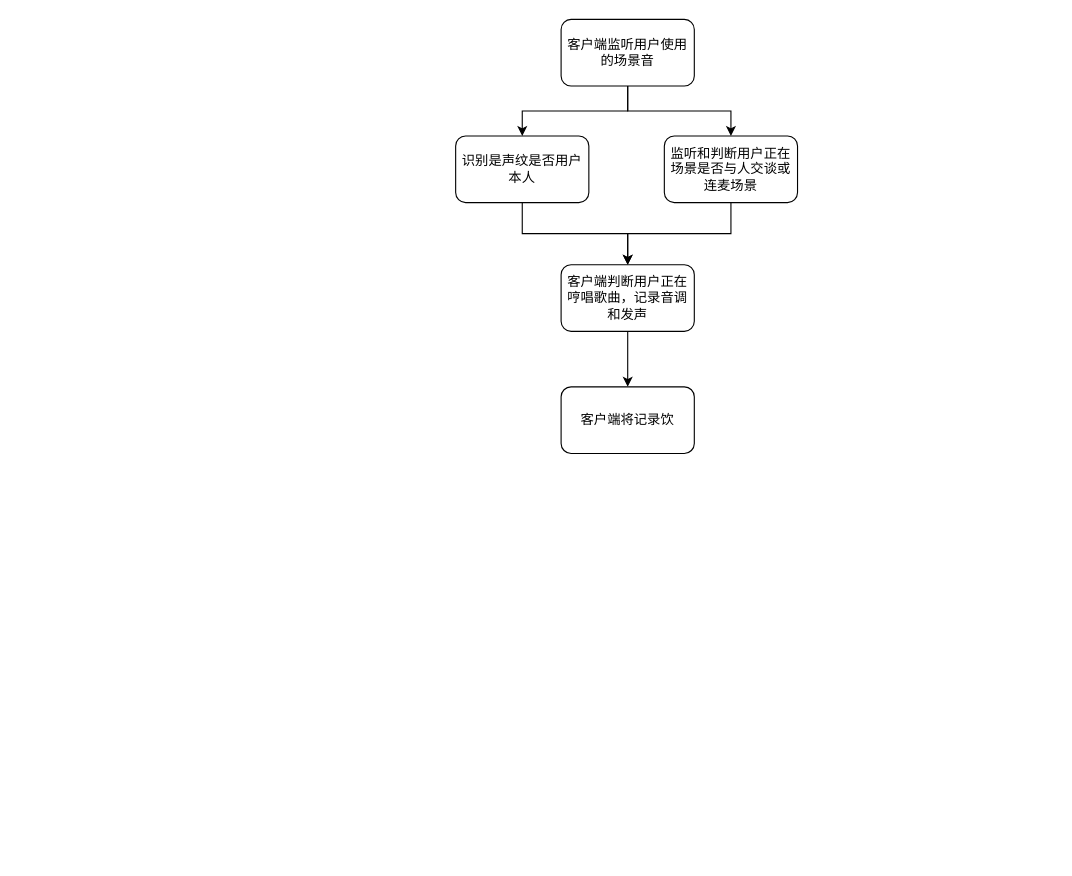
Earlier version of the draw.io diagram page "Page-1" (1 of 2) of 哼唱匹配.drawio (cangwang/news). Source tidied: cells renumbered, new cells numbered last; positions are measured from the earlier drawing's top-left corner, leaving out a move shared by most shapes. Both pictures are drawn from the tidied source at 111%, with x=0, y=0 at pixel (455, 19).
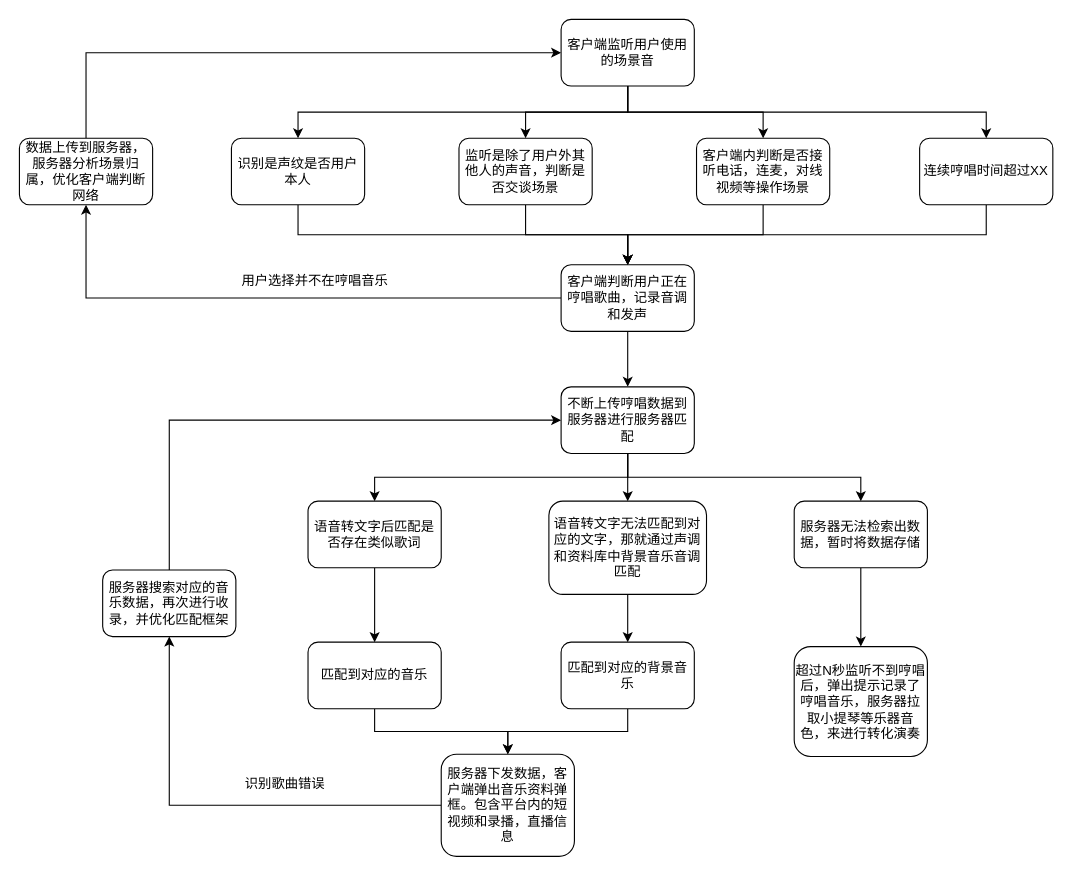
The same diagram, later.

Unchanged cells that the change refers to:
```xml
<mxCell id="4" value="客户端监听用户使用的场景音" style="rounded=1;whiteSpace=wrap;html=1;" parent="1" vertex="1">
  <mxGeometry x="95" width="120" height="60" as="geometry" />
</mxCell>
<mxCell id="10" value="客户端判断用户正在哼唱歌曲，记录音调和发声" style="rounded=1;whiteSpace=wrap;html=1;" parent="1" vertex="1">
  <mxGeometry x="95" y="221" width="120" height="60" as="geometry" />
</mxCell>
```

Change to the diagram source:
```diff
@@
+    <mxCell id="12" style="edgeStyle=orthogonalEdgeStyle;rounded=0;jettySize=auto;html=1;exitX=0.5;exitY=1;exitDx=0;exitDy=0;" parent="1" edge="1" source="4" target="19">
+      <mxGeometry relative="1" as="geometry" />
+    </mxCell>
+    <mxCell id="13" style="edgeStyle=orthogonalEdgeStyle;rounded=0;jettySize=auto;html=1;exitX=0.5;exitY=1;exitDx=0;exitDy=0;" parent="1" edge="1" source="4" target="21">
+      <mxGeometry relative="1" as="geometry" />
+    </mxCell>
@@
-    <mxCell id="6" value="监听和判断用户正在场景是否与人交谈或连麦场景" style="rounded=1;whiteSpace=wrap;html=1;" parent="1" vertex="1">
-      <mxGeometry x="188" y="105" width="120" height="60" as="geometry" />
+    <mxCell id="6" value="监听是除了用户外其他人的声音，判断是否交谈场景" style="rounded=1;whiteSpace=wrap;html=1;" parent="1" vertex="1">
+      <mxGeometry x="3" y="107" width="120" height="60" as="geometry" />
     </mxCell>
@@
     <mxCell id="8" value="识别是声纹是否用户本人" style="rounded=1;whiteSpace=wrap;html=1;" parent="1" vertex="1">
-      <mxGeometry y="105" width="120" height="60" as="geometry" />
+      <mxGeometry x="-202" y="107" width="120" height="60" as="geometry" />
     </mxCell>
@@
+    <mxCell id="14" style="edgeStyle=orthogonalEdgeStyle;rounded=0;jettySize=auto;html=1;exitX=0;exitY=0.5;exitDx=0;exitDy=0;" parent="1" edge="1" source="10" target="39">
+      <mxGeometry relative="1" as="geometry" />
+    </mxCell>
@@
+    <mxCell id="15" style="edgeStyle=orthogonalEdgeStyle;rounded=0;jettySize=auto;html=1;exitX=0.5;exitY=1;exitDx=0;exitDy=0;" parent="1" edge="1" source="11" target="23">
+      <mxGeometry relative="1" as="geometry" />
+    </mxCell>
+    <mxCell id="16" style="edgeStyle=orthogonalEdgeStyle;rounded=0;jettySize=auto;html=1;exitX=0.5;exitY=1;exitDx=0;exitDy=0;" parent="1" edge="1" source="11" target="27">
+      <mxGeometry relative="1" as="geometry" />
+    </mxCell>
+    <mxCell id="17" style="edgeStyle=orthogonalEdgeStyle;rounded=0;jettySize=auto;html=1;exitX=0.5;exitY=1;exitDx=0;exitDy=0;" parent="1" edge="1" source="11" target="25">
+      <mxGeometry relative="1" as="geometry" />
+    </mxCell>
-    <mxCell id="11" value="客户端将记录饮" style="rounded=1;whiteSpace=wrap;html=1;" parent="1" vertex="1">
+    <mxCell id="11" value="不断上传哼唱数据到服务器进行服务器匹配" style="rounded=1;whiteSpace=wrap;html=1;" parent="1" vertex="1">
       <mxGeometry x="95" y="331" width="120" height="60" as="geometry" />
     </mxCell>
+    <mxCell id="18" style="edgeStyle=orthogonalEdgeStyle;rounded=0;jettySize=auto;html=1;exitX=0.5;exitY=1;exitDx=0;exitDy=0;entryX=0.5;entryY=0;entryDx=0;entryDy=0;" parent="1" edge="1" source="19" target="10">
+      <mxGeometry relative="1" as="geometry" />
+    </mxCell>
+    <mxCell id="19" value="客户端内判断是否接听电话，连麦，对线视频等操作场景" style="rounded=1;whiteSpace=wrap;html=1;" parent="1" vertex="1">
+      <mxGeometry x="217" y="107" width="120" height="60" as="geometry" />
+    </mxCell>
+    <mxCell id="20" style="edgeStyle=orthogonalEdgeStyle;rounded=0;jettySize=auto;html=1;exitX=0.5;exitY=1;exitDx=0;exitDy=0;entryX=0.5;entryY=0;entryDx=0;entryDy=0;" parent="1" edge="1" source="21" target="10">
+      <mxGeometry relative="1" as="geometry" />
+    </mxCell>
+    <mxCell id="21" value="连续哼唱时间超过XX" style="rounded=1;whiteSpace=wrap;html=1;" parent="1" vertex="1">
+      <mxGeometry x="418" y="107" width="120" height="60" as="geometry" />
+    </mxCell>
+    <mxCell id="22" style="edgeStyle=orthogonalEdgeStyle;rounded=0;jettySize=auto;html=1;exitX=0.5;exitY=1;exitDx=0;exitDy=0;" parent="1" edge="1" source="23" target="29">
+      <mxGeometry relative="1" as="geometry" />
+    </mxCell>
+    <mxCell id="23" value="语音转文字后匹配是否存在类似歌词" style="rounded=1;whiteSpace=wrap;html=1;" parent="1" vertex="1">
+      <mxGeometry x="-133" y="434" width="120" height="60" as="geometry" />
+    </mxCell>
+    <mxCell id="24" style="edgeStyle=orthogonalEdgeStyle;rounded=0;jettySize=auto;html=1;exitX=0.5;exitY=1;exitDx=0;exitDy=0;" parent="1" edge="1" source="25" target="31">
+      <mxGeometry relative="1" as="geometry" />
+    </mxCell>
+    <mxCell id="25" value="语音转文字无法匹配到对应的文字，那就通过声调和资料库中背景音乐音调匹配" style="rounded=1;whiteSpace=wrap;html=1;" parent="1" vertex="1">
+      <mxGeometry x="84" y="434" width="142" height="84" as="geometry" />
+    </mxCell>
+    <mxCell id="26" style="edgeStyle=orthogonalEdgeStyle;rounded=0;jettySize=auto;html=1;exitX=0.5;exitY=1;exitDx=0;exitDy=0;" parent="1" edge="1" source="27" target="32">
+      <mxGeometry relative="1" as="geometry" />
+    </mxCell>
+    <mxCell id="27" value="服务器无法检索出数据，暂时将数据存储" style="rounded=1;whiteSpace=wrap;html=1;" parent="1" vertex="1">
+      <mxGeometry x="305" y="434" width="120" height="60" as="geometry" />
+    </mxCell>
+    <mxCell id="28" style="edgeStyle=orthogonalEdgeStyle;rounded=0;jettySize=auto;html=1;exitX=0.5;exitY=1;exitDx=0;exitDy=0;" parent="1" edge="1" source="29" target="34">
+      <mxGeometry relative="1" as="geometry" />
+    </mxCell>
+    <mxCell id="29" value="匹配到对应的音乐" style="rounded=1;whiteSpace=wrap;html=1;" parent="1" vertex="1">
+      <mxGeometry x="-133" y="561" width="120" height="60" as="geometry" />
+    </mxCell>
+    <mxCell id="30" style="edgeStyle=orthogonalEdgeStyle;rounded=0;jettySize=auto;html=1;exitX=0.5;exitY=1;exitDx=0;exitDy=0;" parent="1" edge="1" source="31" target="34">
+      <mxGeometry relative="1" as="geometry" />
+    </mxCell>
+    <mxCell id="31" value="匹配到对应的背景音乐" style="rounded=1;whiteSpace=wrap;html=1;" parent="1" vertex="1">
+      <mxGeometry x="95" y="561" width="120" height="60" as="geometry" />
+    </mxCell>
+    <mxCell id="32" value="超过N秒监听不到哼唱后，弹出提示记录了哼唱音乐，服务器拉取小提琴等乐器音色，来进行转化演奏" style="rounded=1;whiteSpace=wrap;html=1;" parent="1" vertex="1">
+      <mxGeometry x="305" y="565" width="120" height="99" as="geometry" />
+    </mxCell>
+    <mxCell id="33" style="edgeStyle=orthogonalEdgeStyle;rounded=0;jettySize=auto;html=1;exitX=0;exitY=0.5;exitDx=0;exitDy=0;entryX=0.5;entryY=1;entryDx=0;entryDy=0;" parent="1" edge="1" source="34" target="36">
+      <mxGeometry relative="1" as="geometry" />
+    </mxCell>
+    <mxCell id="34" value="服务器下发数据，客户端弹出音乐资料弹框。包含平台内的短视频和录播，直播信息" style="rounded=1;whiteSpace=wrap;html=1;" parent="1" vertex="1">
+      <mxGeometry x="-13" y="662" width="120" height="92" as="geometry" />
+    </mxCell>
+    <mxCell id="35" style="edgeStyle=orthogonalEdgeStyle;rounded=0;jettySize=auto;html=1;exitX=0.5;exitY=0;exitDx=0;exitDy=0;entryX=0;entryY=0.5;entryDx=0;entryDy=0;" parent="1" edge="1" source="36" target="11">
+      <mxGeometry relative="1" as="geometry" />
+    </mxCell>
+    <mxCell id="36" value="服务器搜索对应的音乐数据，再次进行收录，并优化匹配框架" style="rounded=1;whiteSpace=wrap;html=1;" parent="1" vertex="1">
+      <mxGeometry x="-318" y="496" width="120" height="60" as="geometry" />
+    </mxCell>
+    <mxCell id="37" value="识别歌曲错误" style="text;html=1;strokeColor=none;fillColor=none;align=center;verticalAlign=middle;whiteSpace=wrap;rounded=0;" parent="1" vertex="1">
+      <mxGeometry x="-205" y="674" width="103" height="30" as="geometry" />
+    </mxCell>
+    <mxCell id="38" style="edgeStyle=orthogonalEdgeStyle;rounded=0;jettySize=auto;html=1;exitX=0.5;exitY=0;exitDx=0;exitDy=0;entryX=0;entryY=0.5;entryDx=0;entryDy=0;" parent="1" edge="1" source="39" target="4">
+      <mxGeometry relative="1" as="geometry" />
+    </mxCell>
+    <mxCell id="39" value="数据上传到服务器，服务器分析场景归属，优化客户端判断网络" style="rounded=1;whiteSpace=wrap;html=1;" parent="1" vertex="1">
+      <mxGeometry x="-393" y="107" width="120" height="60" as="geometry" />
+    </mxCell>
+    <mxCell id="40" value="用户选择并不在哼唱音乐" style="text;html=1;strokeColor=none;fillColor=none;align=center;verticalAlign=middle;whiteSpace=wrap;rounded=0;" parent="1" vertex="1">
+      <mxGeometry x="-196" y="221" width="139" height="30" as="geometry" />
+    </mxCell>
```
